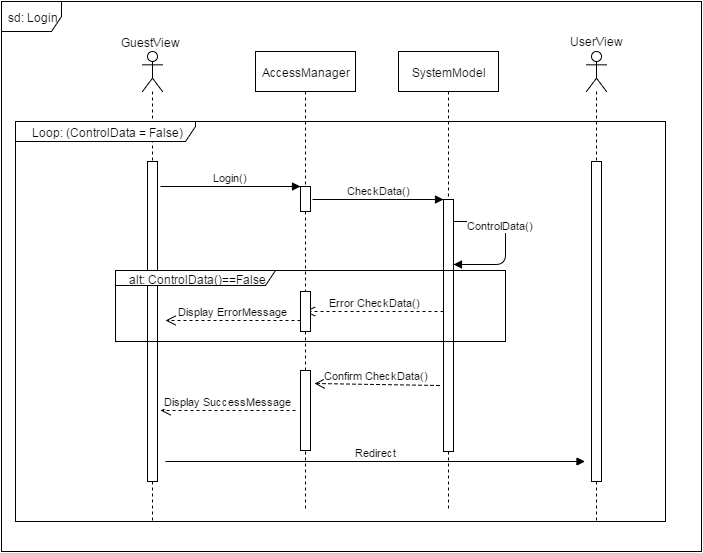
This is DD/img/LoginSD.png from archnnj/flowerpowerenjoy, a draw.io export, as it was before one commit. Source tidied: cells renumbered, new cells last; positions are measured from the earlier drawing's top-left corner, leaving out a move shared by most shapes.
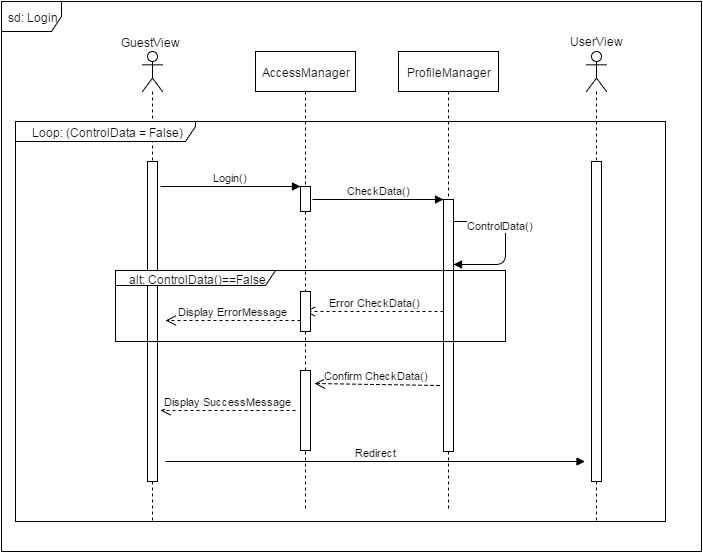
The same diagram one commit later.

Change to the diagram source:
```diff
@@ -11,7 +11,7 @@
     <mxCell id="4" style="html=1;perimeter=orthogonalPerimeter;" parent="3" vertex="1">
       <mxGeometry x="5" y="110" width="10" height="320" as="geometry" />
     </mxCell>
-    <mxCell id="5" value="SystemModel" style="shape=umlLifeline;perimeter=lifelinePerimeter;whiteSpace=wrap;html=1;" parent="1" vertex="1">
+    <mxCell id="5" value="ProfileManager" style="shape=umlLifeline;perimeter=lifelinePerimeter;whiteSpace=wrap;html=1;" parent="1" vertex="1">
       <mxGeometry x="397" y="50" width="100" height="460" as="geometry" />
     </mxCell>
     <mxCell id="6" value="AccessManager" style="shape=umlLifeline;perimeter=lifelinePerimeter;whiteSpace=wrap;html=1;outlineConnect=0;" parent="1" vertex="1">
```
